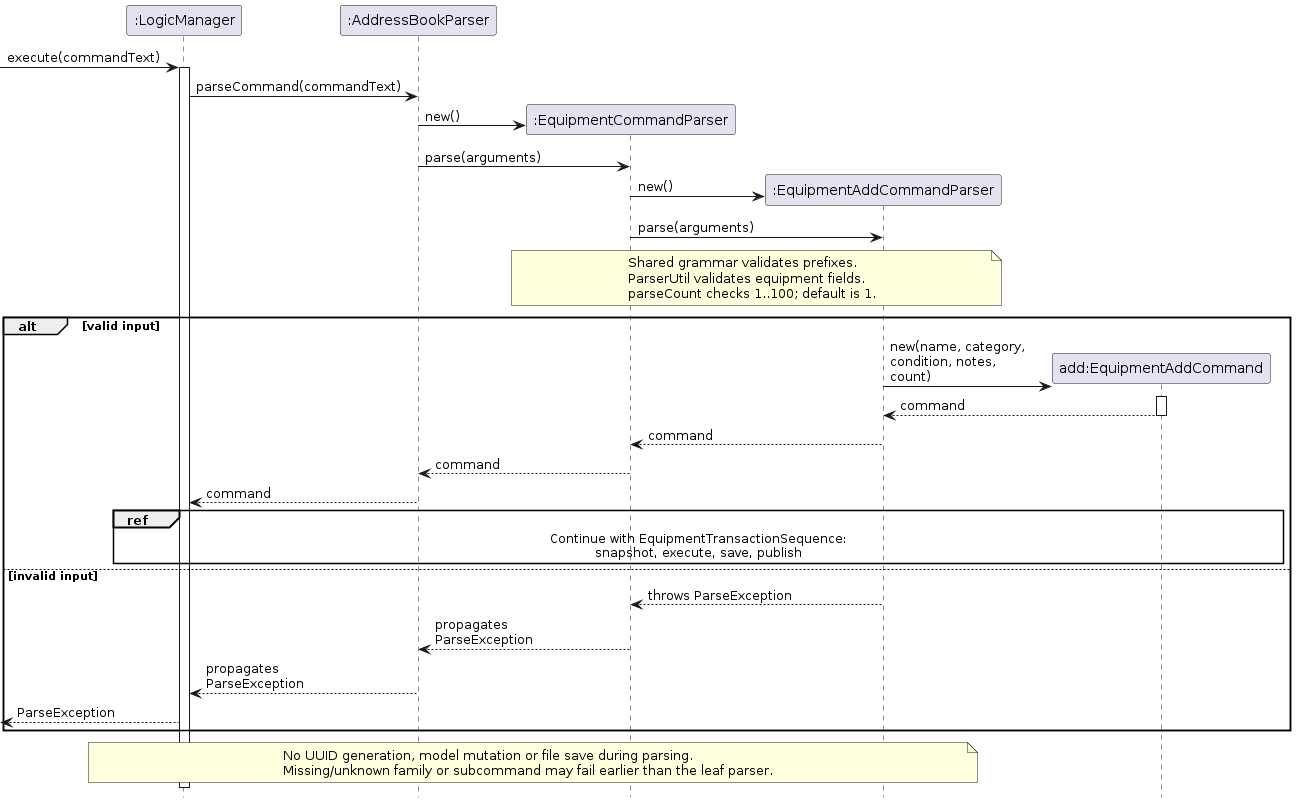
This is diagrams/EquipmentAddSequence.png from AY2627S1-CS2103T-F15-2/tp, a PlantUML export, as it was before one commit. Its source is kept beside it as diagrams/EquipmentAddSequence.puml.
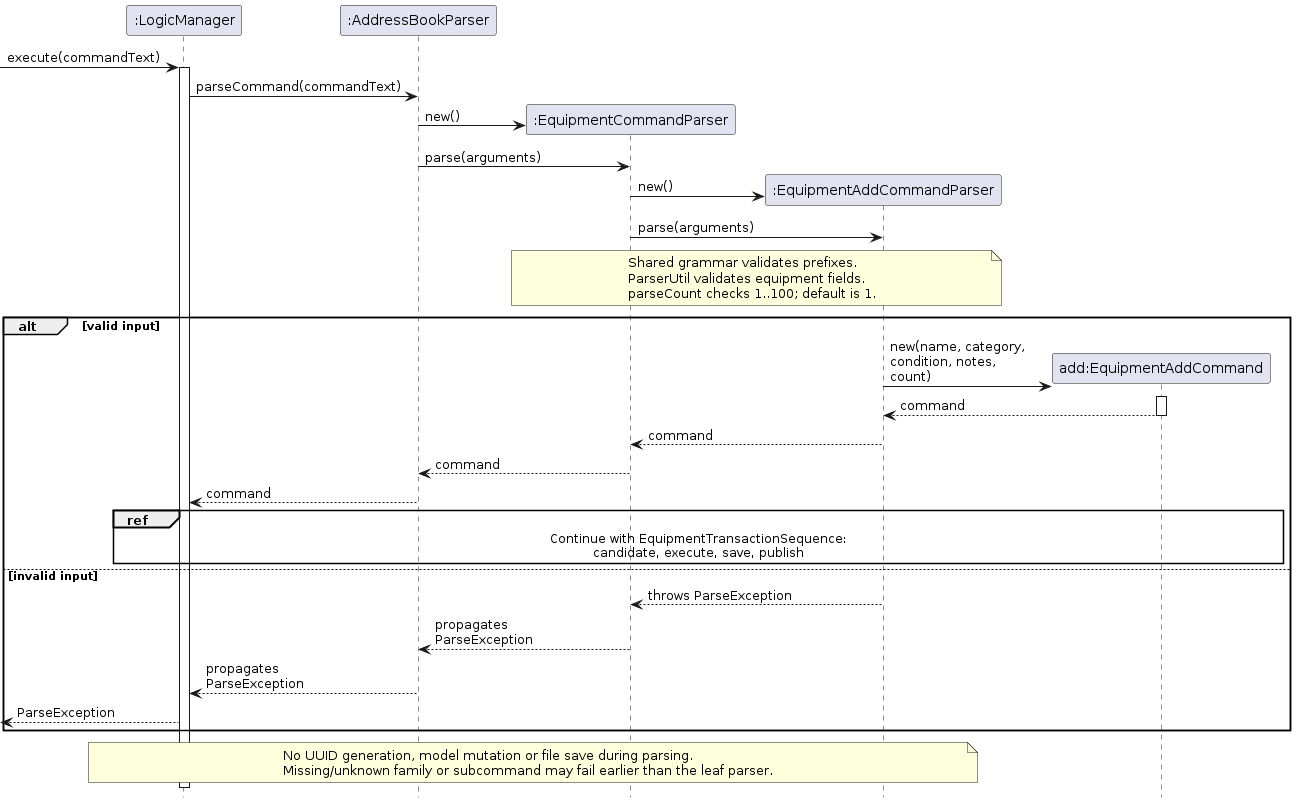
The same file after the commit.

Diff of the diagram source:
```diff
@@ -35,7 +35,7 @@
   root --> logic : command
   ref over logic, command
     Continue with EquipmentTransactionSequence:
-    snapshot, execute, save, publish
+    candidate, execute, save, publish
   end ref
 else invalid input
   leaf --> family : throws ParseException
```
